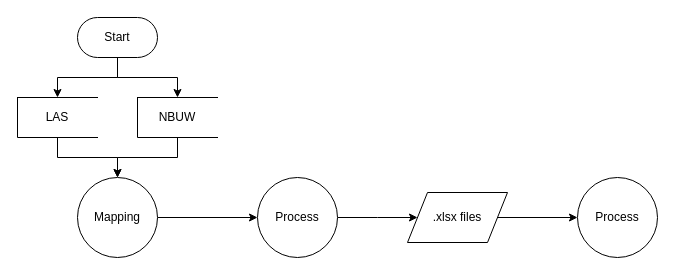
Earlier version of the draw.io diagram SOFI_EXTRACT.drawio (EpicM97/EpicM). Source tidied: cells renumbered, new cells numbered last; positions are measured from the earlier drawing's top-left corner, leaving out a move shared by most shapes. Both pictures are drawn from the tidied source at 100%, with x=0, y=0 at pixel (17, 17).
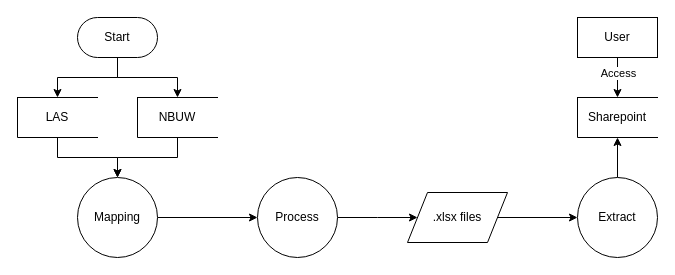
The same diagram, later.

The edit, as a diff of the source:
```diff
@@
+    <mxCell id="16" style="edgeStyle=orthogonalEdgeStyle;rounded=0;jettySize=auto;html=1;entryX=0.5;entryY=1;entryDx=0;entryDy=0;" parent="1" edge="1" source="15" target="17">
+      <mxGeometry relative="1" as="geometry" />
+    </mxCell>
-    <mxCell id="15" value="Process" style="shape=ellipse;html=1;dashed=0;whiteSpace=wrap;perimeter=ellipsePerimeter;" parent="1" vertex="1">
+    <mxCell id="15" value="Extract" style="shape=ellipse;html=1;dashed=0;whiteSpace=wrap;perimeter=ellipsePerimeter;" parent="1" vertex="1">
       <mxGeometry x="560" y="160" width="80" height="80" as="geometry" />
     </mxCell>
+    <mxCell id="17" value="Sharepoint" style="html=1;dashed=0;whiteSpace=wrap;shape=partialRectangle;right=0;" parent="1" vertex="1">
+      <mxGeometry x="560" y="80" width="80" height="40" as="geometry" />
+    </mxCell>
+    <mxCell id="18" style="edgeStyle=orthogonalEdgeStyle;rounded=0;jettySize=auto;html=1;entryX=0.5;entryY=0;entryDx=0;entryDy=0;" parent="1" edge="1" source="20" target="17">
+      <mxGeometry relative="1" as="geometry" />
+    </mxCell>
+    <mxCell id="19" value="Access" style="edgeLabel;html=1;align=center;verticalAlign=middle;" parent="18" vertex="1">
+      <mxGeometry x="-0.26" y="-2" relative="1" as="geometry">
+        <mxPoint x="2" as="offset" />
+      </mxGeometry>
+    </mxCell>
+    <mxCell id="20" value="User" style="html=1;dashed=0;whiteSpace=wrap;" parent="1" vertex="1">
+      <mxGeometry x="560" width="80" height="40" as="geometry" />
+    </mxCell>
```
